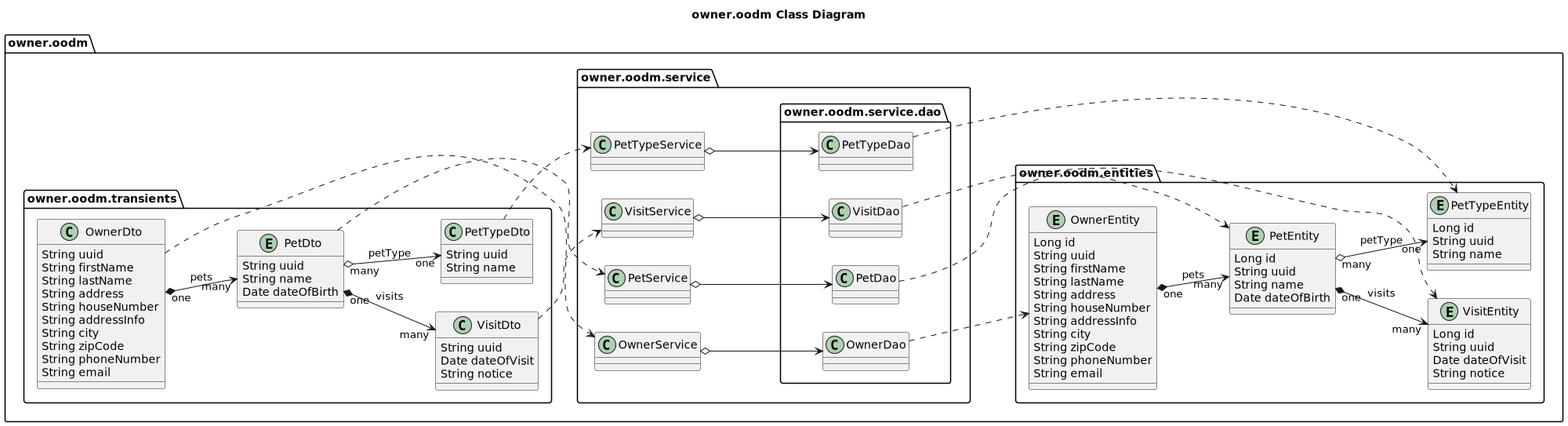
This is src/main/webapp/img/DB__class-owner_oodm_Class_Diagram.png from Jakarta-EE-Petclinic/petclinic-jakartaee, a PlantUML export, as it was before one commit.
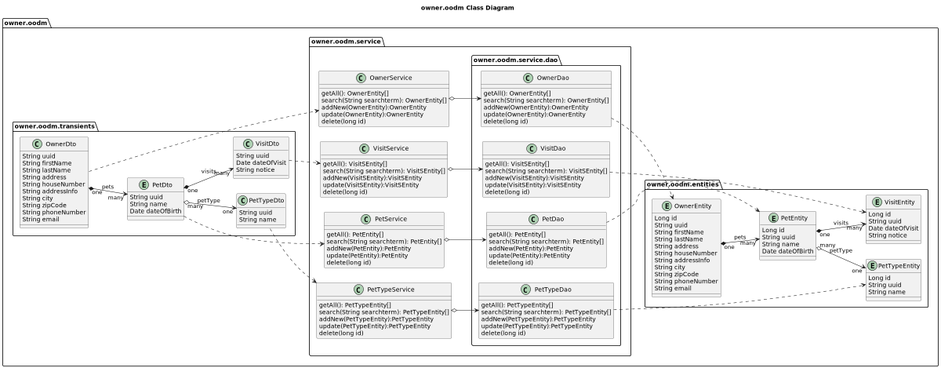
Above is the later version.

Change to the diagram source:
```diff
@@ -4,7 +4,7 @@
 
 left to right direction
 
-scale 2000 width
+scale 1200 width
 
 package owner.oodm {
 
@@ -53,29 +53,69 @@
     package owner.oodm.service {
 
         class OwnerService {
+            getAll(): OwnerEntity[]
+            search(String searchterm): OwnerEntity[]
+            addNew(OwnerEntity):OwnerEntity
+            update(OwnerEntity):OwnerEntity
+            delete(long id)
+        }
+
+        class PetTypeService {
+            getAll(): PetTypeEntity[]
+            search(String searchterm): PetTypeEntity[]
+            addNew(PetTypeEntity):PetTypeEntity
+            update(PetTypeEntity):PetTypeEntity
+            delete(long id)
         }
 
         class PetService {
+            getAll(): PetEntity[]
+            search(String searchterm): PetEntity[]
+            addNew(PetEntity):PetEntity
+            update(PetEntity):PetEntity
+            delete(long id)
         }
 
         class VisitService {
-        }
-
-        class PetTypeService {
+            getAll(): VisitSEntity[]
+            search(String searchterm): VisitSEntity[]
+            addNew(VisitSEntity):VisitSEntity
+            update(VisitSEntity):VisitSEntity
+            delete(long id)
         }
 
         package owner.oodm.service.dao {
 
             class OwnerDao {
+                getAll(): OwnerEntity[]
+                search(String searchterm): OwnerEntity[]
+                addNew(OwnerEntity):OwnerEntity
+                update(OwnerEntity):OwnerEntity
+                delete(long id)
+            }
+
+            class PetTypeDao {
+                getAll(): PetTypeEntity[]
+                search(String searchterm): PetTypeEntity[]
+                addNew(PetTypeEntity):PetTypeEntity
+                update(PetTypeEntity):PetTypeEntity
+                delete(long id)
             }
 
             class PetDao {
+                getAll(): PetEntity[]
+                search(String searchterm): PetEntity[]
+                addNew(PetEntity):PetEntity
+                update(PetEntity):PetEntity
+                delete(long id)
             }
 
             class VisitDao {
-            }
-
-            class PetTypeDao {
+                getAll(): VisitSEntity[]
+                search(String searchterm): VisitSEntity[]
+                addNew(VisitSEntity):VisitSEntity
+                update(VisitSEntity):VisitSEntity
+                delete(long id)
             }
 
             OwnerDao ..> OwnerEntity
```
